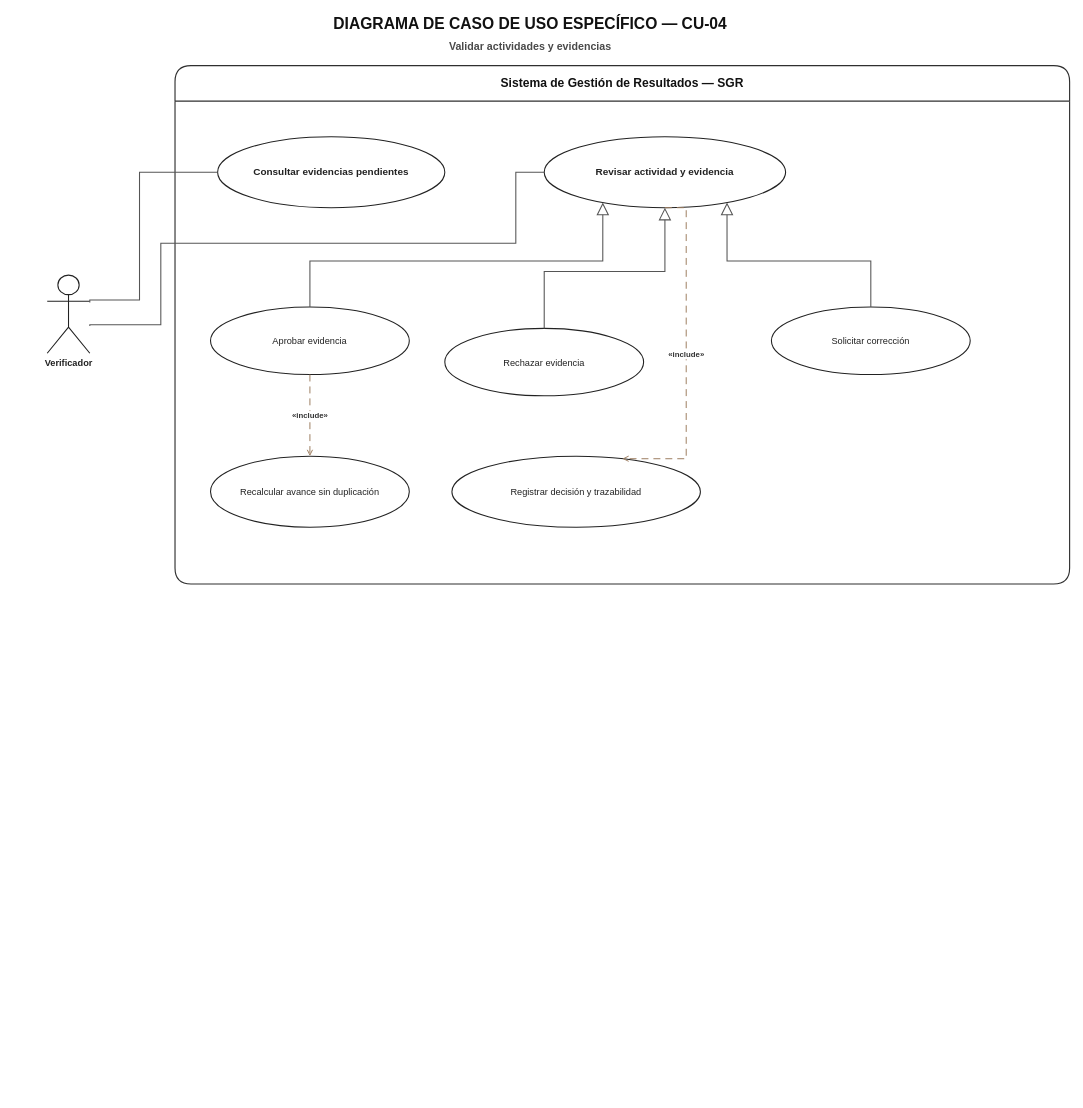
The draw.io diagram docs/uml/02_casos_de_uso/02_especificos/CU04_validar_actividades_y_evidencias/Diagrama_Caso_Uso_Especifico_CU04_SGR.drawio in MasterCapehart/sgr-proyecto-integrado, before the edit. Source tidied: cells renumbered, new cells numbered last; positions are measured from the earlier drawing's top-left corner, leaving out a move shared by most shapes. Both pictures are drawn from the tidied source at 71%, with x=0, y=0 at pixel (47, 12).
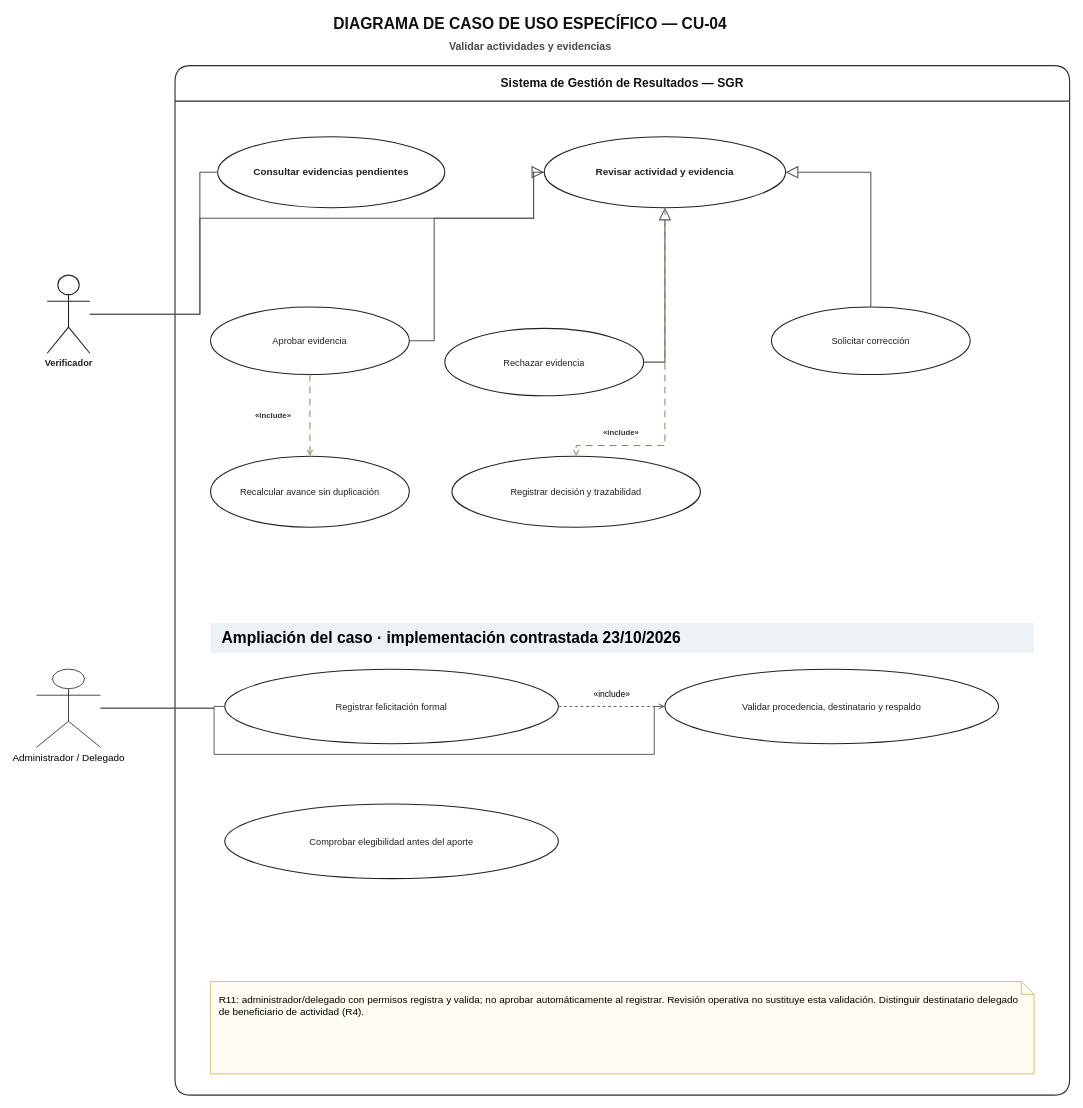
Above is the later version.

Unchanged cells that the change refers to:
```xml
<mxCell id="5" value="Solicitar corrección" style="ellipse;whiteSpace=wrap;html=1;fillColor=#FFFFFF;strokeColor=#222222;fontColor=#222222;fontSize=13;strokeWidth=1.5;" parent="4" vertex="1">
  <mxGeometry x="840" y="340" width="280" height="95" as="geometry" />
</mxCell>
<mxCell id="6" value="Rechazar evidencia" style="ellipse;whiteSpace=wrap;html=1;fillColor=#FFFFFF;strokeColor=#222222;fontColor=#222222;fontSize=13;strokeWidth=1.5;" parent="4" vertex="1">
  <mxGeometry x="380" y="370" width="280" height="95" as="geometry" />
</mxCell>
<mxCell id="7" value="Verificador" style="shape=umlActor;verticalLabelPosition=bottom;verticalAlign=top;html=1;outlineConnect=0;fillColor=#FFFFFF;strokeColor=#222222;fontColor=#222222;fontSize=13;fontStyle=1;strokeWidth=1.5;" parent="1" vertex="1">
  <mxGeometry y="370" width="60" height="110" as="geometry" />
</mxCell>
<mxCell id="8" value="Consultar evidencias pendientes" style="ellipse;whiteSpace=wrap;html=1;fillColor=#FFFFFF;strokeColor=#222222;fontColor=#222222;fontSize=14;strokeWidth=1.5;fontStyle=1;" parent="1" vertex="1">
  <mxGeometry x="240" y="175" width="320" height="100" as="geometry" />
</mxCell>
<mxCell id="9" value="Revisar actividad y evidencia" style="ellipse;whiteSpace=wrap;html=1;fillColor=#FFFFFF;strokeColor=#222222;fontColor=#222222;fontSize=14;strokeWidth=1.5;fontStyle=1;" parent="1" vertex="1">
  <mxGeometry x="700" y="175" width="340" height="100" as="geometry" />
</mxCell>
<mxCell id="10" value="Aprobar evidencia" style="ellipse;whiteSpace=wrap;html=1;fillColor=#FFFFFF;strokeColor=#222222;fontColor=#222222;fontSize=13;strokeWidth=1.5;" parent="1" vertex="1">
  <mxGeometry x="230" y="415" width="280" height="95" as="geometry" />
</mxCell>
<mxCell id="11" value="Registrar decisión y trazabilidad" style="ellipse;whiteSpace=wrap;html=1;fillColor=#FFFFFF;strokeColor=#222222;fontColor=#222222;fontSize=13;strokeWidth=1.5;" parent="1" vertex="1">
  <mxGeometry x="570" y="625" width="350" height="100" as="geometry" />
</mxCell>
<mxCell id="12" value="Recalcular avance sin duplicación" style="ellipse;whiteSpace=wrap;html=1;fillColor=#FFFFFF;strokeColor=#222222;fontColor=#222222;fontSize=13;strokeWidth=1.5;" parent="1" vertex="1">
  <mxGeometry x="230" y="625" width="280" height="100" as="geometry" />
</mxCell>
```

The edit, as a diff of the source:
```diff
@@
     <mxCell id="4" value="Sistema de Gestión de Resultados — SGR" style="swimlane;horizontal=1;startSize=50;rounded=1;whiteSpace=wrap;html=1;fillColor=#FFFFFF;swimlaneFillColor=#FFFFFF;strokeColor=#2F2F2F;fontColor=#111111;fontSize=17;fontStyle=1;spacing=8;strokeWidth=1.6;" parent="1" vertex="1">
-      <mxGeometry x="180" y="75" width="1260" height="730" as="geometry" />
+      <mxGeometry x="180" y="75" width="1260" height="1450" as="geometry" />
     </mxCell>
@@
-    <mxCell id="13" style="edgeStyle=orthogonalEdgeStyle;jettySize=auto;endArrow=none;startArrow=none;html=1;rounded=0;strokeColor=#555555;strokeWidth=1.5;exitX=1;exitY=0.35;entryX=0;entryY=0.5;" parent="1" edge="1" source="7" target="8">
+    <mxCell id="13" style="jettySize=auto;endArrow=none;startArrow=none;html=1;strokeColor=#555555;strokeWidth=1.5;jumpSize=8;edgeStyle=none;noEdgeStyle=1;rounded=0;exitX=1;exitY=0.5;entryX=0;entryY=0.5;exitPerimeter=0;entryPerimeter=0;jumpStyle=arc;jumpSize=8;" parent="1" edge="1" source="7" target="8">
       <mxGeometry relative="1" as="geometry">
         <Array as="points">
-          <mxPoint x="130" y="405" />
-          <mxPoint x="130" y="225" />
+          <mxPoint x="215" y="425" />
+          <mxPoint x="215" y="225" />
         </Array>
       </mxGeometry>
     </mxCell>
-    <mxCell id="14" style="edgeStyle=orthogonalEdgeStyle;jettySize=auto;endArrow=none;startArrow=none;html=1;rounded=0;strokeColor=#555555;strokeWidth=1.5;exitX=1;exitY=0.65;entryX=0;entryY=0.5;" parent="1" edge="1" source="7" target="9">
+    <mxCell id="14" style="jettySize=auto;endArrow=none;startArrow=none;html=1;strokeColor=#555555;strokeWidth=1.5;jumpSize=8;edgeStyle=none;noEdgeStyle=1;rounded=0;exitX=1;exitY=0.5;entryX=0;entryY=0.5;exitPerimeter=0;entryPerimeter=0;jumpStyle=arc;jumpSize=8;" parent="1" edge="1" source="7" target="9">
       <mxGeometry relative="1" as="geometry">
         <Array as="points">
-          <mxPoint x="160" y="440" />
-          <mxPoint x="160" y="325" />
-          <mxPoint x="660" y="325" />
-          <mxPoint x="660" y="225" />
+          <mxPoint x="215" y="425" />
+          <mxPoint x="215" y="290" />
+          <mxPoint x="685" y="290" />
+          <mxPoint x="685" y="225" />
         </Array>
       </mxGeometry>
     </mxCell>
-    <mxCell id="15" style="edgeStyle=orthogonalEdgeStyle;jettySize=auto;endArrow=block;endFill=0;endSize=14;startArrow=none;html=1;rounded=0;strokeColor=#555555;strokeWidth=1.5;exitX=0.5;exitY=0;entryX=0.2;entryY=1;" parent="1" edge="1" source="10" target="9">
-      <mxGeometry relative="1" as="geometry" />
+    <mxCell id="15" style="jettySize=auto;endArrow=block;endFill=0;endSize=14;startArrow=none;html=1;strokeColor=#555555;strokeWidth=1.5;jumpSize=8;edgeStyle=none;noEdgeStyle=1;rounded=0;exitX=1;exitY=0.5;entryX=0;entryY=0.5;exitPerimeter=0;entryPerimeter=0;jumpStyle=arc;jumpSize=8;" parent="1" edge="1" source="10" target="9">
+      <mxGeometry relative="1" as="geometry">
+        <Array as="points">
+          <mxPoint x="545" y="462.5" />
+          <mxPoint x="545" y="290" />
+          <mxPoint x="685" y="290" />
+          <mxPoint x="685" y="225" />
+        </Array>
+      </mxGeometry>
     </mxCell>
-    <mxCell id="16" style="edgeStyle=orthogonalEdgeStyle;jettySize=auto;endArrow=block;endFill=0;endSize=14;startArrow=none;html=1;rounded=0;strokeColor=#555555;strokeWidth=1.5;exitX=0.5;exitY=0;entryX=0.5;entryY=1;" parent="1" edge="1" source="6" target="9">
-      <mxGeometry relative="1" as="geometry" />
+    <mxCell id="16" style="jettySize=auto;endArrow=block;endFill=0;endSize=14;startArrow=none;html=1;strokeColor=#555555;strokeWidth=1.5;jumpSize=8;edgeStyle=none;noEdgeStyle=1;rounded=0;exitX=1;exitY=0.5;entryX=0.5;entryY=1;exitPerimeter=0;entryPerimeter=0;jumpStyle=arc;jumpSize=8;" parent="1" edge="1" source="6" target="9">
+      <mxGeometry relative="1" as="geometry">
+        <Array as="points">
+          <mxPoint x="870" y="492.5" />
+        </Array>
+      </mxGeometry>
     </mxCell>
-    <mxCell id="17" style="edgeStyle=orthogonalEdgeStyle;jettySize=auto;endArrow=block;endFill=0;endSize=14;startArrow=none;html=1;rounded=0;strokeColor=#555555;strokeWidth=1.5;exitX=0.5;exitY=0;entryX=0.8;entryY=1;" parent="1" edge="1" source="5" target="9">
-      <mxGeometry relative="1" as="geometry" />
+    <mxCell id="17" style="jettySize=auto;endArrow=block;endFill=0;endSize=14;startArrow=none;html=1;strokeColor=#555555;strokeWidth=1.5;jumpSize=8;edgeStyle=none;noEdgeStyle=1;rounded=0;exitX=0.5;exitY=0;entryX=1;entryY=0.5;exitPerimeter=0;entryPerimeter=0;jumpStyle=arc;jumpSize=8;" parent="1" edge="1" source="5" target="9">
+      <mxGeometry relative="1" as="geometry">
+        <Array as="points">
+          <mxPoint x="1160" y="225" />
+        </Array>
+      </mxGeometry>
     </mxCell>
-    <mxCell id="18" value="«include»" style="edgeStyle=orthogonalEdgeStyle;jettySize=auto;endArrow=open;endFill=0;startArrow=none;html=1;rounded=0;dashed=1;dashPattern=7 5;strokeColor=#9E7E61;strokeWidth=1.4;fontSize=11;fontStyle=1;labelBackgroundColor=#FFFFFF;exitX=0.5;exitY=1;entryX=0.7;entryY=0;fontColor=#333333;" parent="1" edge="1" source="9" target="11">
-      <mxGeometry relative="1" as="geometry">
+    <mxCell id="18" value="«include»" style="jettySize=auto;endArrow=open;endFill=0;startArrow=none;html=1;dashed=1;dashPattern=7 5;strokeColor=#9E7E61;strokeWidth=1.4;fontSize=11;fontStyle=1;labelBackgroundColor=#FFFFFF;fontColor=#333333;jumpSize=8;edgeStyle=none;noEdgeStyle=1;rounded=0;exitX=0.5;exitY=1;entryX=0.5;entryY=0;exitPerimeter=0;entryPerimeter=0;jumpStyle=arc;jumpSize=8;" parent="1" edge="1" source="9" target="11">
+      <mxGeometry x="0.67" relative="1" as="geometry">
         <Array as="points">
-          <mxPoint x="900" y="275" />
-          <mxPoint x="900" y="628.6" />
+          <mxPoint x="870" y="610" />
+          <mxPoint x="745" y="610" />
         </Array>
+        <mxPoint y="-18" as="offset" />
       </mxGeometry>
     </mxCell>
-    <mxCell id="19" value="«include»" style="edgeStyle=orthogonalEdgeStyle;jettySize=auto;endArrow=open;endFill=0;startArrow=none;html=1;rounded=0;dashed=1;dashPattern=7 5;strokeColor=#9E7E61;strokeWidth=1.4;fontSize=11;fontStyle=1;labelBackgroundColor=#FFFFFF;exitX=0.5;exitY=1;entryX=0.5;entryY=0;fontColor=#333333;" parent="1" edge="1" source="10" target="12">
-      <mxGeometry relative="1" as="geometry" />
+    <mxCell id="19" value="«include»" style="jettySize=auto;endArrow=open;endFill=0;startArrow=none;html=1;dashed=1;dashPattern=7 5;strokeColor=#9E7E61;strokeWidth=1.4;fontSize=11;fontStyle=1;labelBackgroundColor=#FFFFFF;fontColor=#333333;jumpSize=8;edgeStyle=none;noEdgeStyle=1;rounded=0;exitX=0.5;exitY=1;entryX=0.5;entryY=0;exitPerimeter=0;entryPerimeter=0;jumpStyle=arc;jumpSize=8;" parent="1" edge="1" source="10" target="12">
+      <mxGeometry relative="1" as="geometry">
+        <mxPoint x="-52" as="offset" />
+      </mxGeometry>
     </mxCell>
+    <mxCell id="20" value="Administrador / Delegado" style="shape=umlActor;verticalLabelPosition=bottom;verticalAlign=top;html=1;fontSize=14;" parent="1" vertex="1">
+      <mxGeometry x="-15" y="925" width="90" height="110" as="geometry" />
+    </mxCell>
+    <mxCell id="21" value="Ampliación del caso · implementación contrastada 23/10/2026" style="text;html=1;strokeColor=none;fillColor=#EDF2F7;align=left;verticalAlign=middle;fontSize=22;fontStyle=1;spacingLeft=14;" parent="1" vertex="1">
+      <mxGeometry x="230" y="860" width="1160" height="42" as="geometry" />
+    </mxCell>
+    <mxCell id="22" value="Registrar felicitación formal" style="ellipse;whiteSpace=wrap;html=1;fillColor=#FFFFFF;strokeColor=#222222;fontColor=#222222;fontSize=13;strokeWidth=1.5;" parent="1" vertex="1">
+      <mxGeometry x="250" y="925" width="470" height="105" as="geometry" />
+    </mxCell>
+    <mxCell id="23" value="Validar procedencia, destinatario y respaldo" style="ellipse;whiteSpace=wrap;html=1;fillColor=#FFFFFF;strokeColor=#222222;fontColor=#222222;fontSize=13;strokeWidth=1.5;" parent="1" vertex="1">
+      <mxGeometry x="870" y="925" width="470" height="105" as="geometry" />
+    </mxCell>
+    <mxCell id="24" value="Comprobar elegibilidad antes del aporte" style="ellipse;whiteSpace=wrap;html=1;fillColor=#FFFFFF;strokeColor=#222222;fontColor=#222222;fontSize=13;strokeWidth=1.5;" parent="1" vertex="1">
+      <mxGeometry x="250" y="1115" width="470" height="105" as="geometry" />
+    </mxCell>
+    <mxCell id="25" style="html=1;strokeColor=#555555;strokeWidth=1.3;fontSize=12;labelBackgroundColor=#FFFFFF;startArrow=none;endArrow=none;jumpSize=8;edgeStyle=none;noEdgeStyle=1;rounded=0;exitX=1;exitY=0.5;entryX=0;entryY=0.5;exitPerimeter=0;entryPerimeter=0;jumpStyle=arc;jumpSize=8;" parent="1" edge="1" source="20" target="22">
+      <mxGeometry relative="1" as="geometry">
+        <Array as="points">
+          <mxPoint x="235" y="980" />
+          <mxPoint x="235" y="977.5" />
+        </Array>
+      </mxGeometry>
+    </mxCell>
+    <mxCell id="26" style="html=1;strokeColor=#555555;strokeWidth=1.3;fontSize=12;labelBackgroundColor=#FFFFFF;startArrow=none;endArrow=none;jumpSize=8;edgeStyle=none;noEdgeStyle=1;rounded=0;exitX=1;exitY=0.5;entryX=0;entryY=0.5;exitPerimeter=0;entryPerimeter=0;jumpStyle=arc;jumpSize=8;" parent="1" edge="1" source="20" target="23">
+      <mxGeometry relative="1" as="geometry">
+        <Array as="points">
+          <mxPoint x="235" y="980" />
+          <mxPoint x="235" y="1045" />
+          <mxPoint x="855" y="1045" />
+          <mxPoint x="855" y="977.5" />
+        </Array>
+      </mxGeometry>
+    </mxCell>
+    <mxCell id="27" value="«include»" style="html=1;strokeColor=#555555;strokeWidth=1.3;fontSize=12;labelBackgroundColor=#FFFFFF;endArrow=open;endFill=0;dashed=1;jumpSize=8;edgeStyle=none;noEdgeStyle=1;rounded=0;exitX=1;exitY=0.5;entryX=0;entryY=0.5;exitPerimeter=0;entryPerimeter=0;jumpStyle=arc;jumpSize=8;" parent="1" edge="1" source="22" target="23">
+      <mxGeometry relative="1" as="geometry">
+        <mxPoint y="-18" as="offset" />
+      </mxGeometry>
+    </mxCell>
+    <mxCell id="28" value="R11: administrador/delegado con permisos registra y valida; no aprobar automáticamente al registrar. Revisión operativa no sustituye esta validación. Distinguir destinatario delegado de beneficiario de actividad (R4)." style="shape=note;whiteSpace=wrap;html=1;size=18;fillColor=#FFFDF2;strokeColor=#C8A951;fontSize=14;align=left;verticalAlign=top;spacing=12;" parent="1" vertex="1">
+      <mxGeometry x="230" y="1365" width="1160" height="130" as="geometry" />
+    </mxCell>
```
